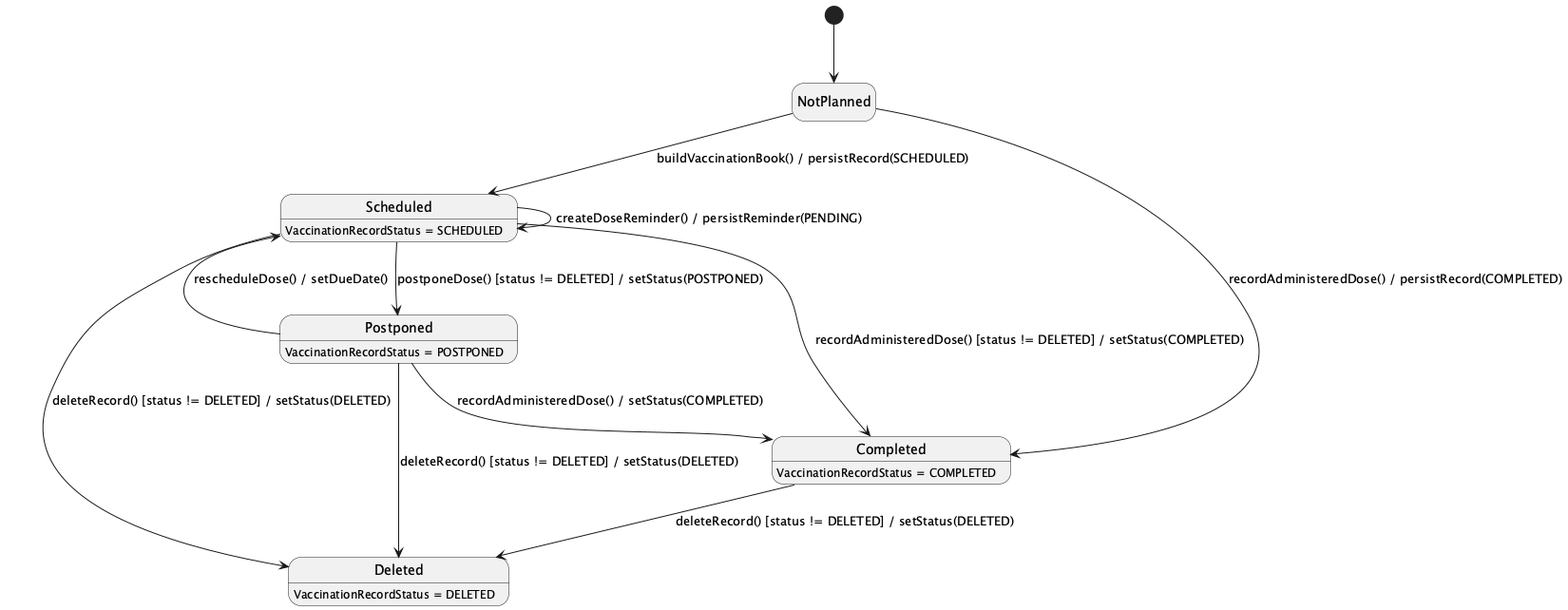
Before: 03_Design/Detailed_Design/MF03_Baby_Care_Journey_Growth_Vaccination/images/03_Vaccination_Record_Schedule_and_Reminder_StateChartDiagram.png, a diagram exported from PlantUML (ChuongBDHE172784/CareBridge_SEP490_G79).
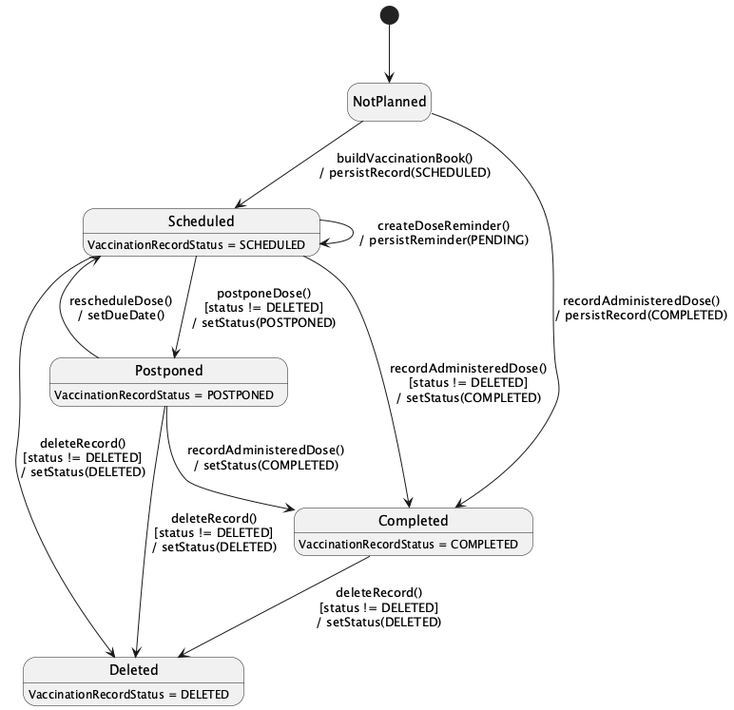
Above is the later version.

Change to the diagram source:
```diff
@@ -1,17 +1,17 @@
-@startuml
+@startuml StateChartDiagram_03VaccinationRecordScheduleandReminder
 hide empty description
 [*] --> NotPlanned
 
-NotPlanned --> Scheduled : buildVaccinationBook() / persistRecord(SCHEDULED)
-NotPlanned --> Completed : recordAdministeredDose() / persistRecord(COMPLETED)
-Scheduled --> Completed : recordAdministeredDose() [status != DELETED] / setStatus(COMPLETED)
-Scheduled --> Postponed : postponeDose() [status != DELETED] / setStatus(POSTPONED)
-Postponed --> Scheduled : rescheduleDose() / setDueDate()
-Postponed --> Completed : recordAdministeredDose() / setStatus(COMPLETED)
-Scheduled --> Deleted : deleteRecord() [status != DELETED] / setStatus(DELETED)
-Completed --> Deleted : deleteRecord() [status != DELETED] / setStatus(DELETED)
-Postponed --> Deleted : deleteRecord() [status != DELETED] / setStatus(DELETED)
-Scheduled --> Scheduled : createDoseReminder() / persistReminder(PENDING)
+NotPlanned --> Scheduled : buildVaccinationBook()\n/ persistRecord(SCHEDULED)
+NotPlanned --> Completed : recordAdministeredDose()\n/ persistRecord(COMPLETED)
+Scheduled --> Completed : recordAdministeredDose()\n[status != DELETED]\n/ setStatus(COMPLETED)
+Scheduled --> Postponed : postponeDose()\n[status != DELETED]\n/ setStatus(POSTPONED)
+Postponed --> Scheduled : rescheduleDose()\n/ setDueDate()
+Postponed --> Completed : recordAdministeredDose()\n/ setStatus(COMPLETED)
+Scheduled --> Deleted : deleteRecord()\n[status != DELETED]\n/ setStatus(DELETED)
+Completed --> Deleted : deleteRecord()\n[status != DELETED]\n/ setStatus(DELETED)
+Postponed --> Deleted : deleteRecord()\n[status != DELETED]\n/ setStatus(DELETED)
+Scheduled --> Scheduled : createDoseReminder()\n/ persistReminder(PENDING)
 
 Scheduled : VaccinationRecordStatus = SCHEDULED
 Completed : VaccinationRecordStatus = COMPLETED
```
